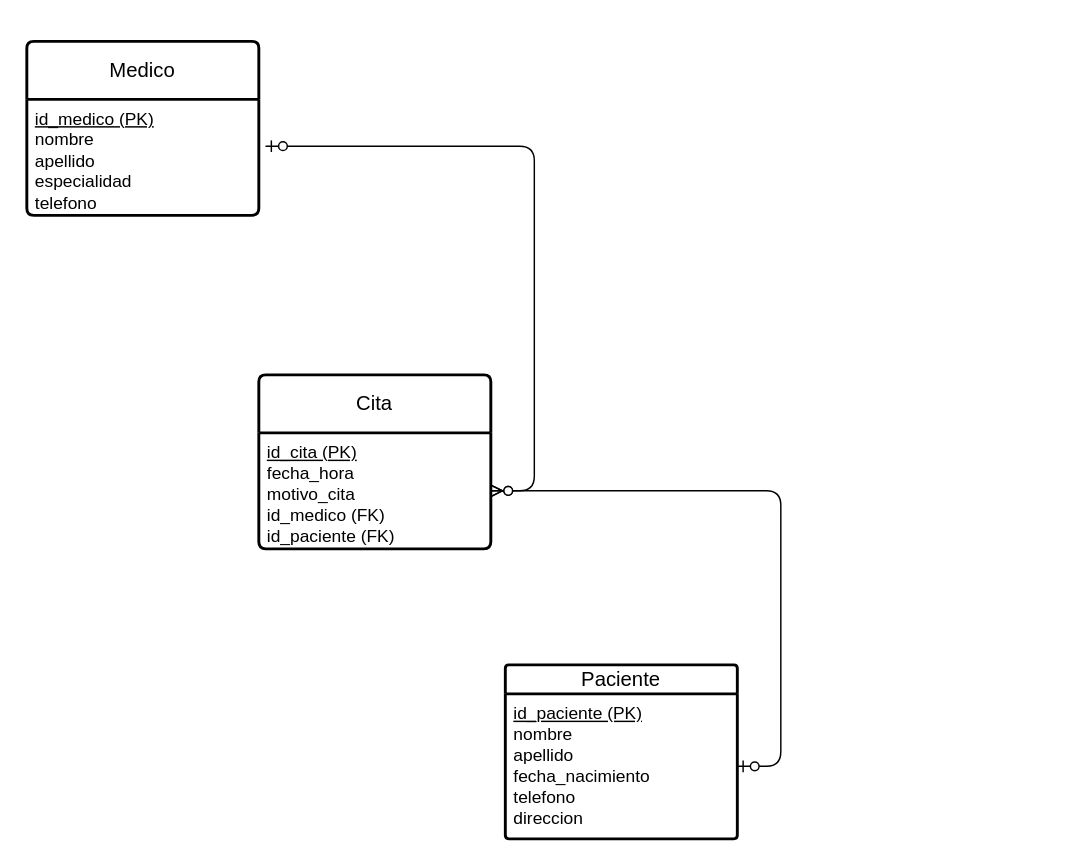
Above: clinica.drawio in LEYITAT/ModeloERSQL (draw.io), before the change. Source tidied: cells renumbered, new cells numbered last; positions are measured from the earlier drawing's top-left corner, leaving out a move shared by most shapes. Both pictures are drawn from the tidied source at 145%, with x=0, y=0 at pixel (26, 41).
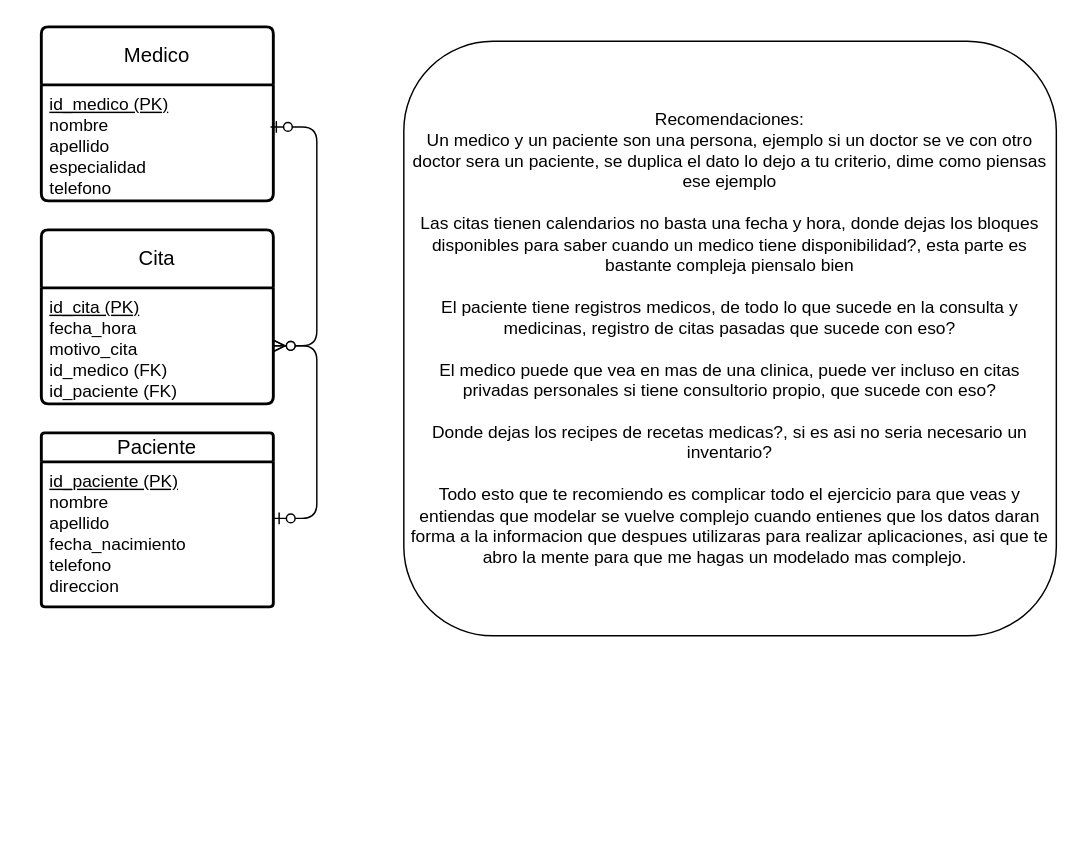
The same diagram, later.

Diff of the diagram source:
```diff
@@
 <mxGraphModel>
   <root>
     <mxCell id="0" />
     <mxCell id="1" parent="0" />
     <mxCell id="2" value="Medico" style="swimlane;horizontal=1;startSize=40;rounded=1;fontSize=14;fontStyle=0;strokeWidth=2;shadow=0;dashed=0;align=center;arcSize=4;whiteSpace=wrap;html=1;" parent="1" vertex="1">
-      <mxGeometry width="160" height="120" as="geometry" />
+      <mxGeometry x="10" y="-10" width="160" height="120" as="geometry" />
     </mxCell>
     <mxCell id="3" value="&lt;u&gt;id_medico (PK)&lt;br&gt;&lt;/u&gt;nombre&lt;br&gt;apellido&lt;br&gt;especialidad&lt;br&gt;telefono" style="align=left;strokeColor=none;fillColor=none;spacingLeft=4;fontSize=12;verticalAlign=top;html=1;" parent="2" vertex="1">
       <mxGeometry y="40" width="160" height="80" as="geometry" />
     </mxCell>
     <mxCell id="4" value="Paciente" style="swimlane;horizontal=1;startSize=20;rounded=1;fontSize=14;fontStyle=0;strokeWidth=2;shadow=0;dashed=0;align=center;arcSize=4;whiteSpace=wrap;html=1;" parent="1" vertex="1">
-      <mxGeometry x="330" y="430" width="160" height="120" as="geometry" />
+      <mxGeometry x="10" y="270" width="160" height="120" as="geometry" />
     </mxCell>
     <mxCell id="5" value="&lt;u&gt;id_paciente (PK)&lt;/u&gt;&lt;br&gt;nombre&lt;br&gt;apellido&lt;br&gt;fecha_nacimiento&lt;br&gt;telefono&lt;br&gt;direccion" style="align=left;strokeColor=none;fillColor=none;spacingLeft=4;fontSize=12;verticalAlign=top;html=1;" parent="4" vertex="1">
       <mxGeometry y="20" width="160" height="100" as="geometry" />
     </mxCell>
     <mxCell id="6" value="Cita" style="swimlane;horizontal=1;startSize=40;rounded=1;fontSize=14;fontStyle=0;strokeWidth=2;shadow=0;dashed=0;align=center;arcSize=4;whiteSpace=wrap;html=1;" parent="1" vertex="1">
-      <mxGeometry x="160" y="230" width="160" height="120" as="geometry" />
+      <mxGeometry x="10" y="130" width="160" height="120" as="geometry" />
     </mxCell>
     <mxCell id="7" value="&lt;u&gt;id_cita (PK)&lt;/u&gt;&lt;br&gt;fecha_hora&lt;br&gt;motivo_cita&lt;br&gt;id_medico (FK)&lt;br&gt;id_paciente (FK)" style="align=left;strokeColor=none;fillColor=none;spacingLeft=4;fontSize=12;verticalAlign=top;html=1;" parent="6" vertex="1">
       <mxGeometry y="40" width="160" height="80" as="geometry" />
     </mxCell>
-    <mxCell id="8" style="edgeStyle=entityRelationEdgeStyle;fontSize=12;html=1;endArrow=ERzeroToMany;startArrow=ERzeroToOne;exitX=1.029;exitY=0.404;exitDx=0;exitDy=0;exitPerimeter=0;" parent="1" edge="1" source="3" target="7">
+    <mxCell id="8" style="edgeStyle=entityRelationEdgeStyle;fontSize=12;html=1;endArrow=ERzeroToMany;startArrow=ERzeroToOne;exitX=0.988;exitY=0.363;exitDx=0;exitDy=0;exitPerimeter=0;" parent="1" edge="1" source="3" target="7">
       <mxGeometry relative="1" as="geometry" />
     </mxCell>
-    <mxCell id="9" style="edgeStyle=entityRelationEdgeStyle;fontSize=12;html=1;endArrow=ERzeroToMany;startArrow=ERzeroToOne;" parent="1" edge="1" target="7">
-      <mxGeometry relative="1" as="geometry">
-        <mxPoint x="490" y="500" as="sourcePoint" />
-      </mxGeometry>
+    <mxCell id="9" style="edgeStyle=entityRelationEdgeStyle;fontSize=12;html=1;endArrow=ERzeroToMany;startArrow=ERzeroToOne;exitX=1;exitY=0.39;exitDx=0;exitDy=0;exitPerimeter=0;" parent="1" edge="1" source="5" target="7">
+      <mxGeometry relative="1" as="geometry" />
     </mxCell>
+    <mxCell id="10" value="Recomendaciones:&lt;div&gt;Un medico y un paciente son una persona, ejemplo si un doctor se ve con otro doctor sera un paciente, se duplica el dato lo dejo a tu criterio, dime como piensas ese ejemplo&lt;/div&gt;&lt;div&gt;&lt;br&gt;&lt;/div&gt;&lt;div&gt;Las citas tienen calendarios no basta una fecha y hora, donde dejas los bloques disponibles para saber cuando un medico tiene disponibilidad?, esta parte es bastante compleja piensalo bien&lt;/div&gt;&lt;div&gt;&lt;br&gt;&lt;/div&gt;&lt;div&gt;El paciente tiene registros medicos, de todo lo que sucede en la consulta y medicinas, registro de citas pasadas que sucede con eso?&lt;/div&gt;&lt;div&gt;&lt;br&gt;El medico puede que vea en mas de una clinica, puede ver incluso en citas privadas personales si tiene consultorio propio, que sucede con eso?&lt;/div&gt;&lt;div&gt;&lt;br&gt;&lt;/div&gt;&lt;div&gt;Donde dejas los recipes de recetas medicas?, si es asi no seria necesario un inventario?&lt;/div&gt;&lt;div&gt;&lt;br&gt;&lt;/div&gt;&lt;div&gt;Todo esto que te recomiendo es complicar todo el ejercicio para que veas y entiendas que modelar se vuelve complejo cuando entienes que los datos daran forma a la informacion que despues utilizaras para realizar aplicaciones, asi que te abro la mente para que me hagas un modelado mas complejo.&amp;nbsp;&amp;nbsp;&lt;/div&gt;" style="rounded=1;whiteSpace=wrap;html=1;" parent="1" vertex="1">
+      <mxGeometry x="260" width="450" height="410" as="geometry" />
+    </mxCell>
   </root>
 </mxGraphModel>
```
